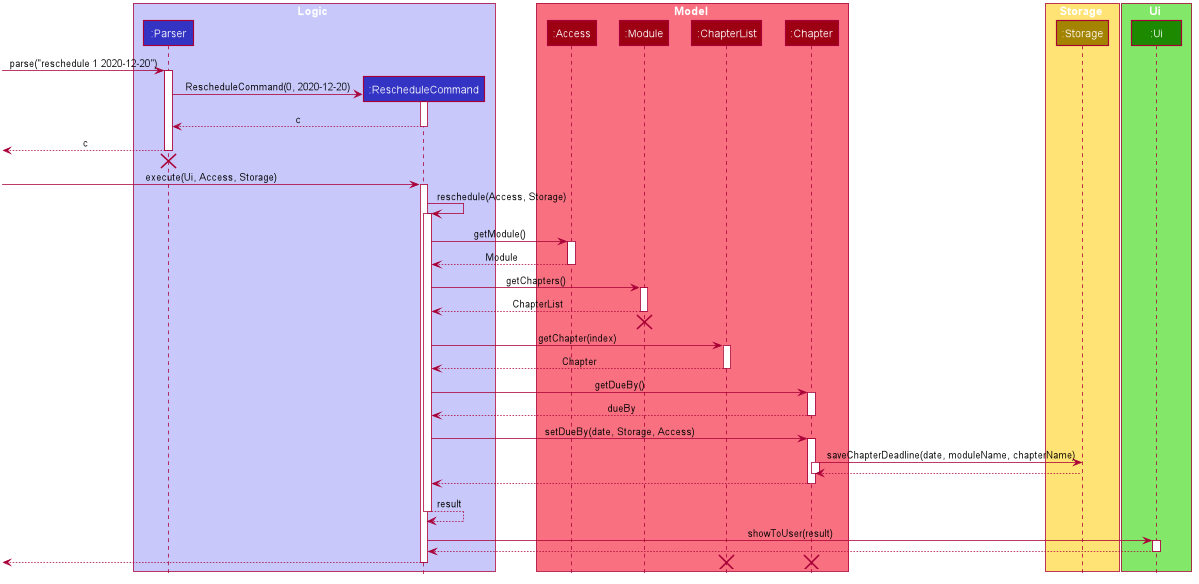
nus-cs2113-AY2021S1/tp keeps this PlantUML diagram as docs/DG_Images/RescheduleChapterSequenceDiagram.png. Above is the earlier version.
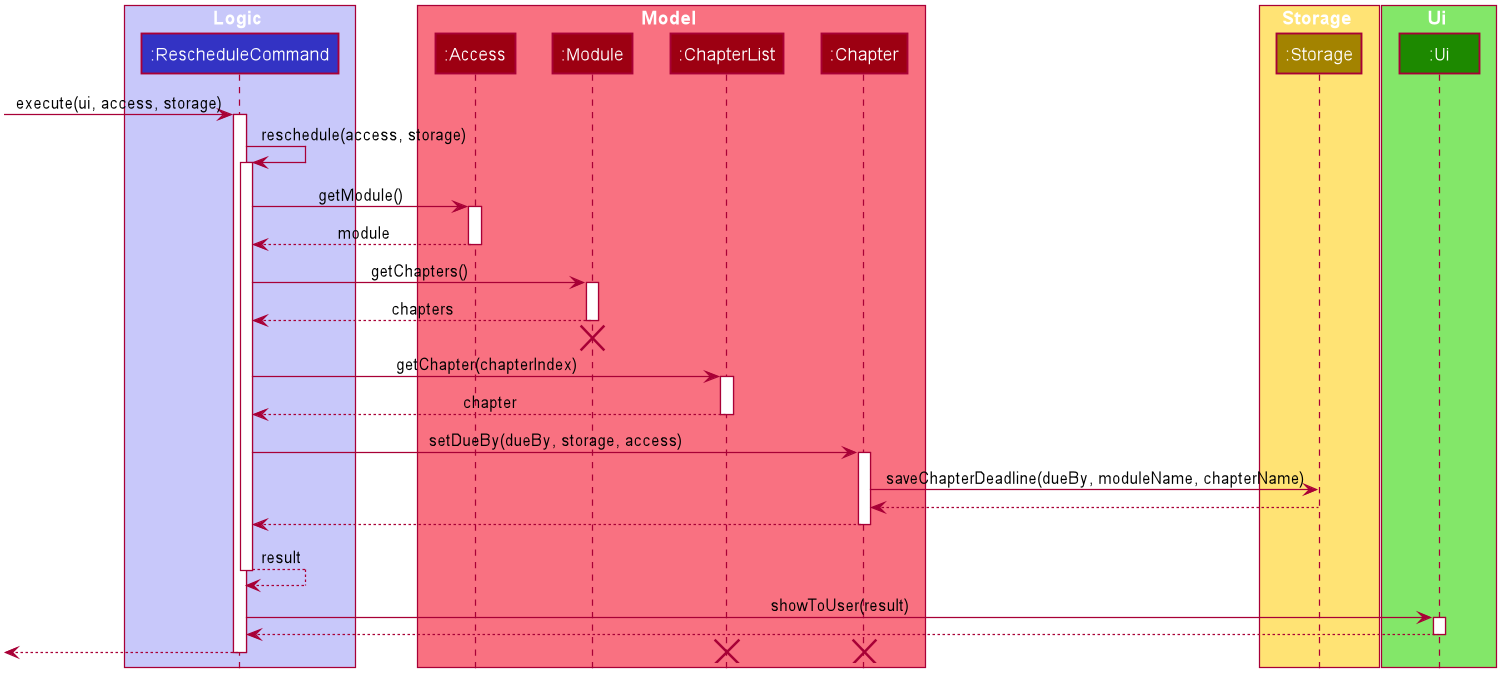
The same file after the commit.

The edit, as a diff of the source:
```diff
@@ -43,13 +43,14 @@
 skinparam Shadowing false
 skinparam DefaultTextAlignment center
 skinparam packageStyle Rectangle
+skinparam classAttributeIconSize 0
+skinparam classAttributeFontColor white
 
 hide footbox
 hide members
 hide circle
 
 box Logic #C8C8FA
-participant ":Parser" as Parser #3333C4
 participant ":RescheduleCommand" as RescheduleCommand #3333C4
 end box
 
@@ -68,61 +69,38 @@
 participant ":Ui" as Ui #1D8900
 end box
 
-[-> Parser : parse("reschedule 1 2020-12-20")
-activate Parser
-
-create RescheduleCommand
-Parser -> RescheduleCommand : RescheduleCommand(0, 2020-12-20)
+[-> RescheduleCommand : execute(ui, access, storage)
 activate RescheduleCommand
 
-RescheduleCommand --> Parser : c
-deactivate RescheduleCommand
-
-[<-- Parser : c
-deactivate Parser
-[<-[hidden]- Parser
-destroy Parser
-
-[-> RescheduleCommand : execute(Ui, Access, Storage)
-activate RescheduleCommand
-
-RescheduleCommand -> RescheduleCommand : reschedule(Access, Storage)
+RescheduleCommand -> RescheduleCommand : reschedule(access, storage)
 activate RescheduleCommand
 
 RescheduleCommand -> Access : getModule()
 activate Access
 
-Access --> RescheduleCommand : Module
+Access --> RescheduleCommand : module
 deactivate Access
 
 RescheduleCommand -> Module : getChapters()
 activate Module
 
-Module --> RescheduleCommand : ChapterList
+Module --> RescheduleCommand : chapters
 deactivate Module
 [<-[hidden]- RescheduleCommand
 destroy Module
 
-RescheduleCommand -> ChapterList : getChapter(index)
+RescheduleCommand -> ChapterList : getChapter(chapterIndex)
 activate ChapterList
 
-ChapterList --> RescheduleCommand : Chapter
+ChapterList --> RescheduleCommand : chapter
 deactivate ChapterList
 
-RescheduleCommand -> Chapter : getDueBy()
+RescheduleCommand -> Chapter : setDueBy(dueBy, storage, access)
 activate Chapter
 
-Chapter --> RescheduleCommand : dueBy
-deactivate Chapter
-
-RescheduleCommand -> Chapter : setDueBy(date, Storage, Access)
-activate Chapter
-
-Chapter -> Storage : saveChapterDeadline(date, moduleName, chapterName)
-activate Chapter
+Chapter -> Storage : saveChapterDeadline(dueBy, moduleName, chapterName)
 
 Storage --> Chapter
-deactivate Chapter
 
 Chapter --> RescheduleCommand
 deactivate Chapter
```
